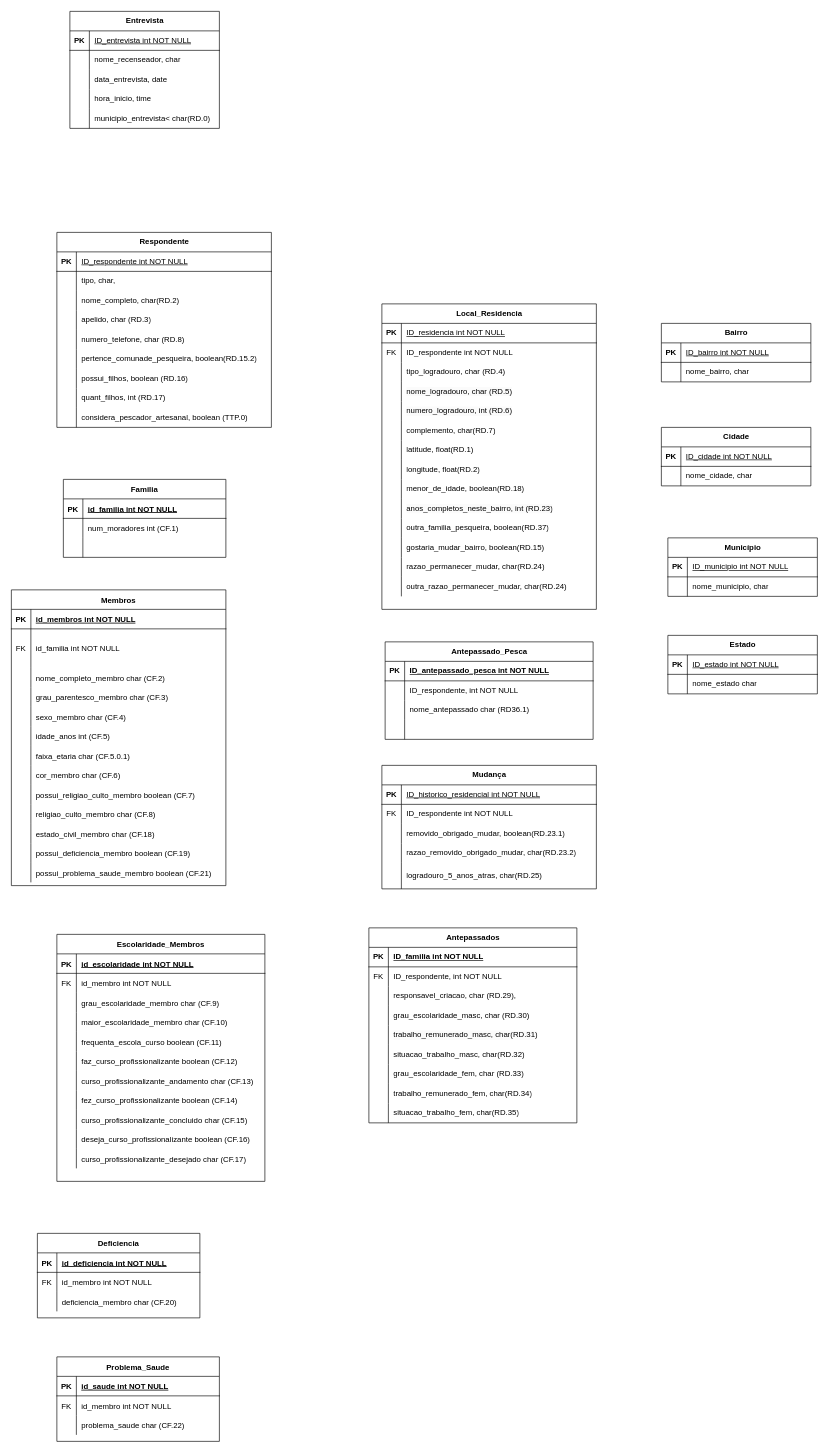
Above: mer_1.drawio in larisard/mer (draw.io), before the change. Source tidied: cells renumbered, new cells numbered last; positions are measured from the earlier drawing's top-left corner, leaving out a move shared by most shapes. Both pictures are drawn from the tidied source at 65%, with x=0, y=0 at pixel (11, 11).
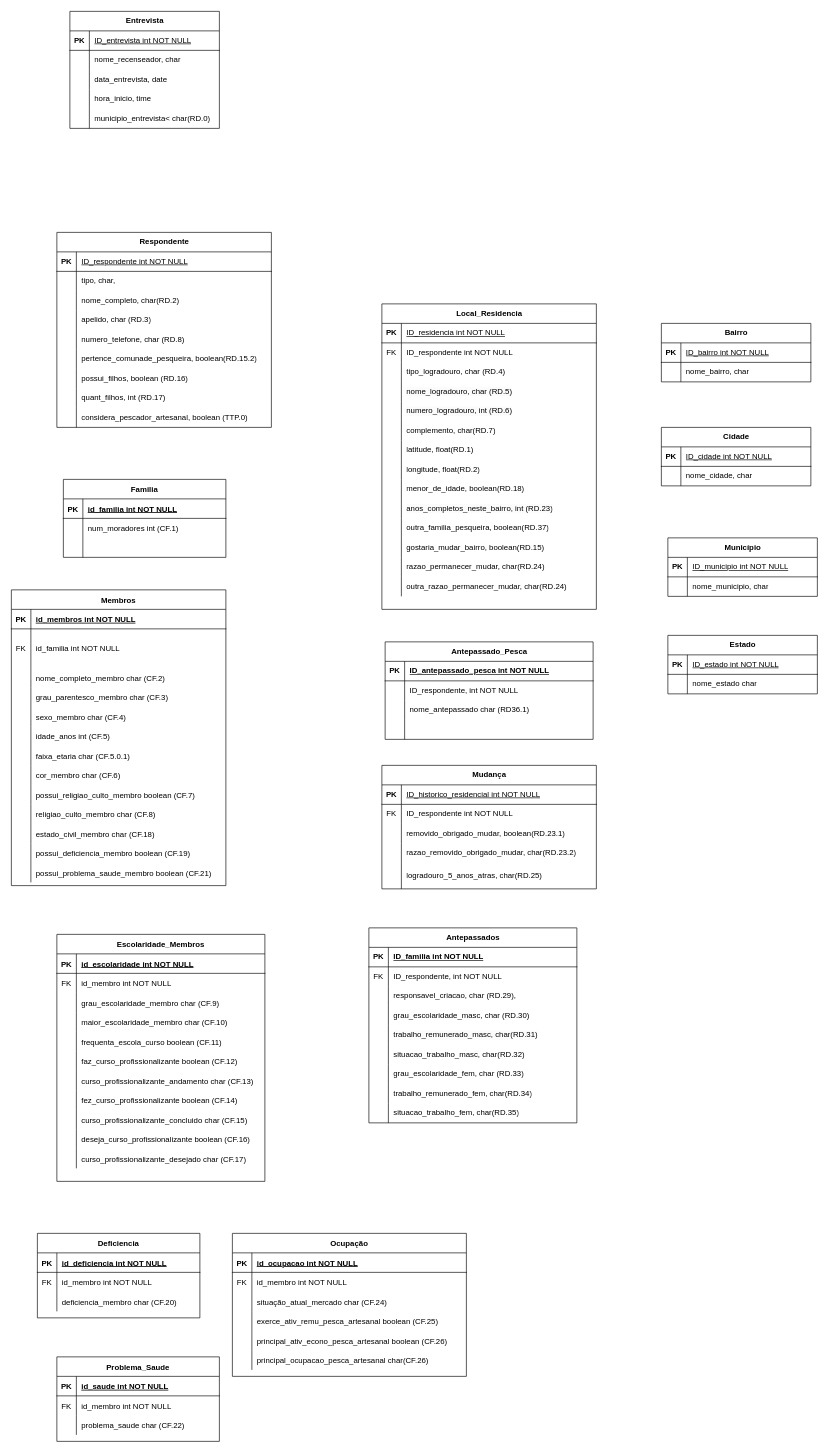
The same diagram, later.

The edit, as a diff of the source:
```diff
@@
+    <mxCell id="278" value="Ocupação" style="shape=table;startSize=30;childLayout=tableLayout;rowLines=0;fontStyle=1;align=center;" parent="1" vertex="1">
+      <mxGeometry x="340" y="1880" width="360" height="220" as="geometry" />
+    </mxCell>
+    <mxCell id="279" style="shape=partialRectangle;fillColor=none;top=0;left=0;right=0;bottom=1;" parent="278" vertex="1">
+      <mxGeometry y="30" width="360" height="30" as="geometry" />
+    </mxCell>
+    <mxCell id="280" value="PK" style="shape=partialRectangle;overflow=hidden;fillColor=none;top=0;left=0;bottom=0;right=0;fontStyle=1;" parent="279" vertex="1">
+      <mxGeometry width="30" height="30" as="geometry" />
+    </mxCell>
+    <mxCell id="281" value="id_ocupacao int NOT NULL " style="shape=partialRectangle;overflow=hidden;fillColor=none;top=0;left=0;bottom=0;right=0;align=left;spacingLeft=6;fontStyle=5;" parent="279" vertex="1">
+      <mxGeometry x="30" width="330" height="30" as="geometry" />
+    </mxCell>
+    <mxCell id="282" style="shape=partialRectangle;fillColor=none;top=0;left=0;right=0;bottom=0;" parent="278" vertex="1">
+      <mxGeometry y="60" width="360" height="30" as="geometry" />
+    </mxCell>
+    <mxCell id="283" value="FK" style="shape=partialRectangle;overflow=hidden;fillColor=none;top=0;left=0;bottom=0;right=0;" parent="282" vertex="1">
+      <mxGeometry width="30" height="30" as="geometry" />
+    </mxCell>
+    <mxCell id="284" value="id_membro int NOT NULL" style="shape=partialRectangle;overflow=hidden;fillColor=none;top=0;left=0;bottom=0;right=0;align=left;spacingLeft=6;" parent="282" vertex="1">
+      <mxGeometry x="30" width="330" height="30" as="geometry" />
+    </mxCell>
+    <mxCell id="285" style="shape=partialRectangle;fillColor=none;top=0;left=0;right=0;bottom=0;" parent="278" vertex="1">
+      <mxGeometry y="90" width="360" height="30" as="geometry" />
+    </mxCell>
+    <mxCell id="286" style="shape=partialRectangle;overflow=hidden;fillColor=none;top=0;left=0;bottom=0;right=0;" parent="285" vertex="1">
+      <mxGeometry width="30" height="30" as="geometry" />
+    </mxCell>
+    <mxCell id="287" value="situação_atual_mercado char (CF.24)" style="shape=partialRectangle;overflow=hidden;fillColor=none;top=0;left=0;bottom=0;right=0;align=left;spacingLeft=6;" parent="285" vertex="1">
+      <mxGeometry x="30" width="330" height="30" as="geometry" />
+    </mxCell>
+    <mxCell id="288" style="shape=partialRectangle;fillColor=none;top=0;left=0;right=0;bottom=0;" parent="278" vertex="1">
+      <mxGeometry y="120" width="360" height="30" as="geometry" />
+    </mxCell>
+    <mxCell id="289" style="shape=partialRectangle;overflow=hidden;fillColor=none;top=0;left=0;bottom=0;right=0;" parent="288" vertex="1">
+      <mxGeometry width="30" height="30" as="geometry" />
+    </mxCell>
+    <mxCell id="290" value="exerce_ativ_remu_pesca_artesanal boolean (CF.25)" style="shape=partialRectangle;overflow=hidden;fillColor=none;top=0;left=0;bottom=0;right=0;align=left;spacingLeft=6;" parent="288" vertex="1">
+      <mxGeometry x="30" width="330" height="30" as="geometry" />
+    </mxCell>
+    <mxCell id="291" style="shape=partialRectangle;fillColor=none;top=0;left=0;right=0;bottom=0;" parent="278" vertex="1">
+      <mxGeometry y="150" width="360" height="30" as="geometry" />
+    </mxCell>
+    <mxCell id="292" style="shape=partialRectangle;overflow=hidden;fillColor=none;top=0;left=0;bottom=0;right=0;" parent="291" vertex="1">
+      <mxGeometry width="30" height="30" as="geometry" />
+    </mxCell>
+    <mxCell id="293" value="principal_ativ_econo_pesca_artesanal boolean (CF.26)" style="shape=partialRectangle;overflow=hidden;fillColor=none;top=0;left=0;bottom=0;right=0;align=left;spacingLeft=6;" parent="291" vertex="1">
+      <mxGeometry x="30" width="330" height="30" as="geometry" />
+    </mxCell>
+    <mxCell id="294" style="shape=partialRectangle;fillColor=none;top=0;left=0;right=0;bottom=0;" parent="278" vertex="1">
+      <mxGeometry y="180" width="360" height="30" as="geometry" />
+    </mxCell>
+    <mxCell id="295" style="shape=partialRectangle;overflow=hidden;fillColor=none;top=0;left=0;bottom=0;right=0;" parent="294" vertex="1">
+      <mxGeometry width="30" height="30" as="geometry" />
+    </mxCell>
+    <mxCell id="296" value="principal_ocupacao_pesca_artesanal char(CF.26)" style="shape=partialRectangle;overflow=hidden;fillColor=none;top=0;left=0;bottom=0;right=0;align=left;spacingLeft=6;" parent="294" vertex="1">
+      <mxGeometry x="30" width="330" height="30" as="geometry" />
+    </mxCell>
```
